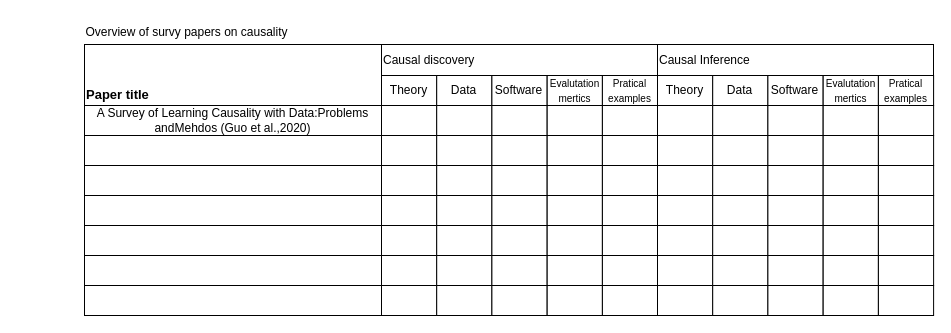
Earlier version of the draw.io diagram causal discover&causal inference.drawio (LiLiJacky/graphData). Source tidied: cells renumbered, new cells numbered last; positions are measured from the earlier drawing's top-left corner, leaving out a move shared by most shapes. Both pictures are drawn from the tidied source at 100%, with x=0, y=0 at pixel (17, 17).
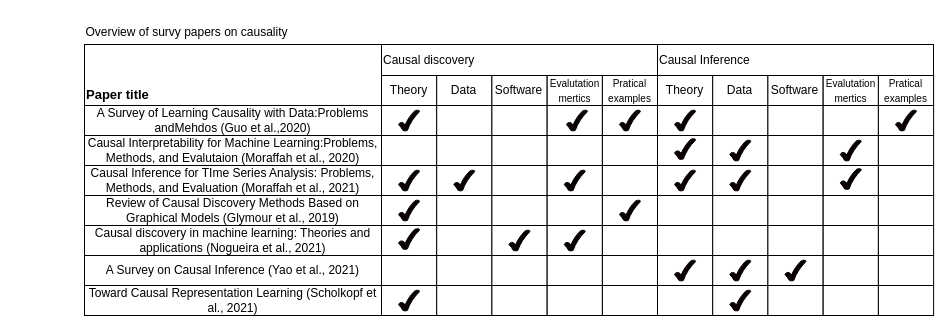
The same page after the edit.

Unchanged cells that the change refers to:
```xml
<mxCell id="6" style="group;" parent="1" vertex="1">
  <mxGeometry x="364" y="58" width="55.2" height="240" as="geometry" />
</mxCell>
<mxCell id="15" style="group;" parent="1" vertex="1">
  <mxGeometry x="419.2" y="58" width="55.2" height="240" as="geometry" />
</mxCell>
<mxCell id="24" style="group;" parent="1" vertex="1">
  <mxGeometry x="474.4" y="58" width="55.2" height="240" as="geometry" />
</mxCell>
<mxCell id="33" style="group;" parent="1" vertex="1">
  <mxGeometry x="529.7" y="58" width="55.2" height="240" as="geometry" />
</mxCell>
<mxCell id="42" style="group;" parent="1" vertex="1">
  <mxGeometry x="584.9" y="58" width="55.2" height="240" as="geometry" />
</mxCell>
<mxCell id="53" style="group;" parent="1" vertex="1">
  <mxGeometry x="640" y="58" width="55.2" height="240" as="geometry" />
</mxCell>
<mxCell id="62" style="group;" parent="1" vertex="1">
  <mxGeometry x="695.2" y="58" width="55.2" height="240" as="geometry" />
</mxCell>
<mxCell id="71" style="group;" parent="1" vertex="1">
  <mxGeometry x="750.4" y="58" width="55.2" height="240" as="geometry" />
</mxCell>
<mxCell id="80" style="group;" parent="1" vertex="1">
  <mxGeometry x="805.7" y="58" width="55.2" height="240" as="geometry" />
</mxCell>
<mxCell id="89" style="group;" parent="1" vertex="1">
  <mxGeometry x="860.9" y="58" width="55.2" height="240" as="geometry" />
</mxCell>
```

Change to the diagram source:
```diff
@@
+    <mxCell id="106" style="verticalLabelPosition=bottom;verticalAlign=top;html=1;shape=mxgraph.basic.tick;fillColor=#090101;" parent="6" vertex="1">
+      <mxGeometry x="17.1" y="34.5" width="21" height="21" as="geometry" />
+    </mxCell>
+    <mxCell id="107" style="verticalLabelPosition=bottom;verticalAlign=top;html=1;shape=mxgraph.basic.tick;fillColor=#090101;" parent="6" vertex="1">
+      <mxGeometry x="17.1" y="94.5" width="21" height="21" as="geometry" />
+    </mxCell>
+    <mxCell id="108" style="verticalLabelPosition=bottom;verticalAlign=top;html=1;shape=mxgraph.basic.tick;fillColor=#090101;" parent="6" vertex="1">
+      <mxGeometry x="17.1" y="124.5" width="21" height="21" as="geometry" />
+    </mxCell>
+    <mxCell id="109" style="verticalLabelPosition=bottom;verticalAlign=top;html=1;shape=mxgraph.basic.tick;fillColor=#090101;" parent="6" vertex="1">
+      <mxGeometry x="17.1" y="153" width="21" height="21" as="geometry" />
+    </mxCell>
+    <mxCell id="110" style="verticalLabelPosition=bottom;verticalAlign=top;html=1;shape=mxgraph.basic.tick;fillColor=#090101;" parent="6" vertex="1">
+      <mxGeometry x="17.1" y="214.5" width="21" height="21" as="geometry" />
+    </mxCell>
@@
+    <mxCell id="111" style="verticalLabelPosition=bottom;verticalAlign=top;html=1;shape=mxgraph.basic.tick;fillColor=#090101;" parent="15" vertex="1">
+      <mxGeometry x="17.1" y="94.5" width="21" height="21" as="geometry" />
+    </mxCell>
@@
+    <mxCell id="112" style="verticalLabelPosition=bottom;verticalAlign=top;html=1;shape=mxgraph.basic.tick;fillColor=#090101;" parent="24" vertex="1">
+      <mxGeometry x="17.1" y="154.5" width="21" height="21" as="geometry" />
+    </mxCell>
@@
+    <mxCell id="113" style="verticalLabelPosition=bottom;verticalAlign=top;html=1;shape=mxgraph.basic.tick;fillColor=#090101;" parent="33" vertex="1">
+      <mxGeometry x="19.3" y="34.5" width="21" height="21" as="geometry" />
+    </mxCell>
+    <mxCell id="114" style="verticalLabelPosition=bottom;verticalAlign=top;html=1;shape=mxgraph.basic.tick;fillColor=#090101;fontStyle=1;" parent="33" vertex="1">
+      <mxGeometry x="17.1" y="94.5" width="21" height="21" as="geometry" />
+    </mxCell>
+    <mxCell id="115" style="verticalLabelPosition=bottom;verticalAlign=top;html=1;shape=mxgraph.basic.tick;fillColor=#090101;" parent="33" vertex="1">
+      <mxGeometry x="17.1" y="154.5" width="21" height="21" as="geometry" />
+    </mxCell>
@@
+    <mxCell id="116" style="verticalLabelPosition=bottom;verticalAlign=top;html=1;shape=mxgraph.basic.tick;fillColor=#090101;" parent="42" vertex="1">
+      <mxGeometry x="17.1" y="34.5" width="21" height="21" as="geometry" />
+    </mxCell>
+    <mxCell id="117" style="verticalLabelPosition=bottom;verticalAlign=top;html=1;shape=mxgraph.basic.tick;fillColor=#090101;" parent="42" vertex="1">
+      <mxGeometry x="17.1" y="124.5" width="21" height="21" as="geometry" />
+    </mxCell>
@@
+    <mxCell id="118" style="verticalLabelPosition=bottom;verticalAlign=top;html=1;shape=mxgraph.basic.tick;fillColor=#090101;" parent="53" vertex="1">
+      <mxGeometry x="17.1" y="34.5" width="21" height="21" as="geometry" />
+    </mxCell>
+    <mxCell id="119" style="verticalLabelPosition=bottom;verticalAlign=top;html=1;shape=mxgraph.basic.tick;fillColor=#090101;" parent="53" vertex="1">
+      <mxGeometry x="17.1" y="63" width="21" height="21" as="geometry" />
+    </mxCell>
+    <mxCell id="120" style="verticalLabelPosition=bottom;verticalAlign=top;html=1;shape=mxgraph.basic.tick;fillColor=#090101;" parent="53" vertex="1">
+      <mxGeometry x="17.1" y="94.5" width="21" height="21" as="geometry" />
+    </mxCell>
+    <mxCell id="121" style="verticalLabelPosition=bottom;verticalAlign=top;html=1;shape=mxgraph.basic.tick;fillColor=#090101;" parent="53" vertex="1">
+      <mxGeometry x="17.1" y="184.5" width="21" height="21" as="geometry" />
+    </mxCell>
@@
+    <mxCell id="122" style="verticalLabelPosition=bottom;verticalAlign=top;html=1;shape=mxgraph.basic.tick;fillColor=#090101;" parent="62" vertex="1">
+      <mxGeometry x="17.1" y="64.5" width="21" height="21" as="geometry" />
+    </mxCell>
+    <mxCell id="123" style="verticalLabelPosition=bottom;verticalAlign=top;html=1;shape=mxgraph.basic.tick;fillColor=#090101;" parent="62" vertex="1">
+      <mxGeometry x="17.1" y="94.5" width="21" height="21" as="geometry" />
+    </mxCell>
+    <mxCell id="124" style="verticalLabelPosition=bottom;verticalAlign=top;html=1;shape=mxgraph.basic.tick;fillColor=#090101;" parent="62" vertex="1">
+      <mxGeometry x="17.1" y="184.5" width="21" height="21" as="geometry" />
+    </mxCell>
+    <mxCell id="125" style="verticalLabelPosition=bottom;verticalAlign=top;html=1;shape=mxgraph.basic.tick;fillColor=#090101;" parent="62" vertex="1">
+      <mxGeometry x="17.1" y="214.5" width="21" height="21" as="geometry" />
+    </mxCell>
@@
+    <mxCell id="126" style="verticalLabelPosition=bottom;verticalAlign=top;html=1;shape=mxgraph.basic.tick;fillColor=#090101;" parent="71" vertex="1">
+      <mxGeometry x="17.1" y="184.5" width="21" height="21" as="geometry" />
+    </mxCell>
@@
+    <mxCell id="127" style="verticalLabelPosition=bottom;verticalAlign=top;html=1;shape=mxgraph.basic.tick;fillColor=#090101;" parent="80" vertex="1">
+      <mxGeometry x="17.1" y="64.5" width="21" height="21" as="geometry" />
+    </mxCell>
+    <mxCell id="128" style="verticalLabelPosition=bottom;verticalAlign=top;html=1;shape=mxgraph.basic.tick;fillColor=#090101;" parent="80" vertex="1">
+      <mxGeometry x="17.1" y="93" width="21" height="21" as="geometry" />
+    </mxCell>
@@
+    <mxCell id="129" style="verticalLabelPosition=bottom;verticalAlign=top;html=1;shape=mxgraph.basic.tick;fillColor=#090101;" parent="89" vertex="1">
+      <mxGeometry x="17.1" y="34.5" width="21" height="21" as="geometry" />
+    </mxCell>
@@
-    <mxCell id="100" style="rounded=0;whiteSpace=wrap;html=1;" parent="1" vertex="1">
+    <mxCell id="100" value="Causal Interpretability for Machine Learning:Problems, Methods, and Evalutaion (Moraffah et al., 2020)" style="rounded=0;whiteSpace=wrap;html=1;" parent="1" vertex="1">
       <mxGeometry x="67" y="118" width="297" height="30" as="geometry" />
     </mxCell>
-    <mxCell id="101" style="rounded=0;whiteSpace=wrap;html=1;" parent="1" vertex="1">
+    <mxCell id="101" value="Causal Inference for TIme Series Analysis: Problems, Methods, and Evaluation (Moraffah et al., 2021)" style="rounded=0;whiteSpace=wrap;html=1;" parent="1" vertex="1">
       <mxGeometry x="67" y="148" width="297" height="30" as="geometry" />
     </mxCell>
-    <mxCell id="102" style="rounded=0;whiteSpace=wrap;html=1;" parent="1" vertex="1">
+    <mxCell id="102" value="Review of Causal Discovery Methods Based on Graphical Models (Glymour et al., 2019)" style="rounded=0;whiteSpace=wrap;html=1;" parent="1" vertex="1">
       <mxGeometry x="67" y="178" width="297" height="30" as="geometry" />
     </mxCell>
-    <mxCell id="103" style="rounded=0;whiteSpace=wrap;html=1;" parent="1" vertex="1">
+    <mxCell id="103" value="Causal discovery in machine learning: Theories and applications (Nogueira et al., 2021)" style="rounded=0;whiteSpace=wrap;html=1;" parent="1" vertex="1">
       <mxGeometry x="67" y="208" width="297" height="30" as="geometry" />
     </mxCell>
-    <mxCell id="104" style="rounded=0;whiteSpace=wrap;html=1;" parent="1" vertex="1">
+    <mxCell id="104" value="A Survey on Causal Inference (Yao et al., 2021)" style="rounded=0;whiteSpace=wrap;html=1;" parent="1" vertex="1">
       <mxGeometry x="67" y="238" width="297" height="30" as="geometry" />
     </mxCell>
-    <mxCell id="105" style="rounded=0;whiteSpace=wrap;html=1;" parent="1" vertex="1">
+    <mxCell id="105" value="Toward Causal Representation Learning (Scholkopf et al., 2021)" style="rounded=0;whiteSpace=wrap;html=1;" parent="1" vertex="1">
       <mxGeometry x="67" y="268" width="297" height="30" as="geometry" />
     </mxCell>
```
